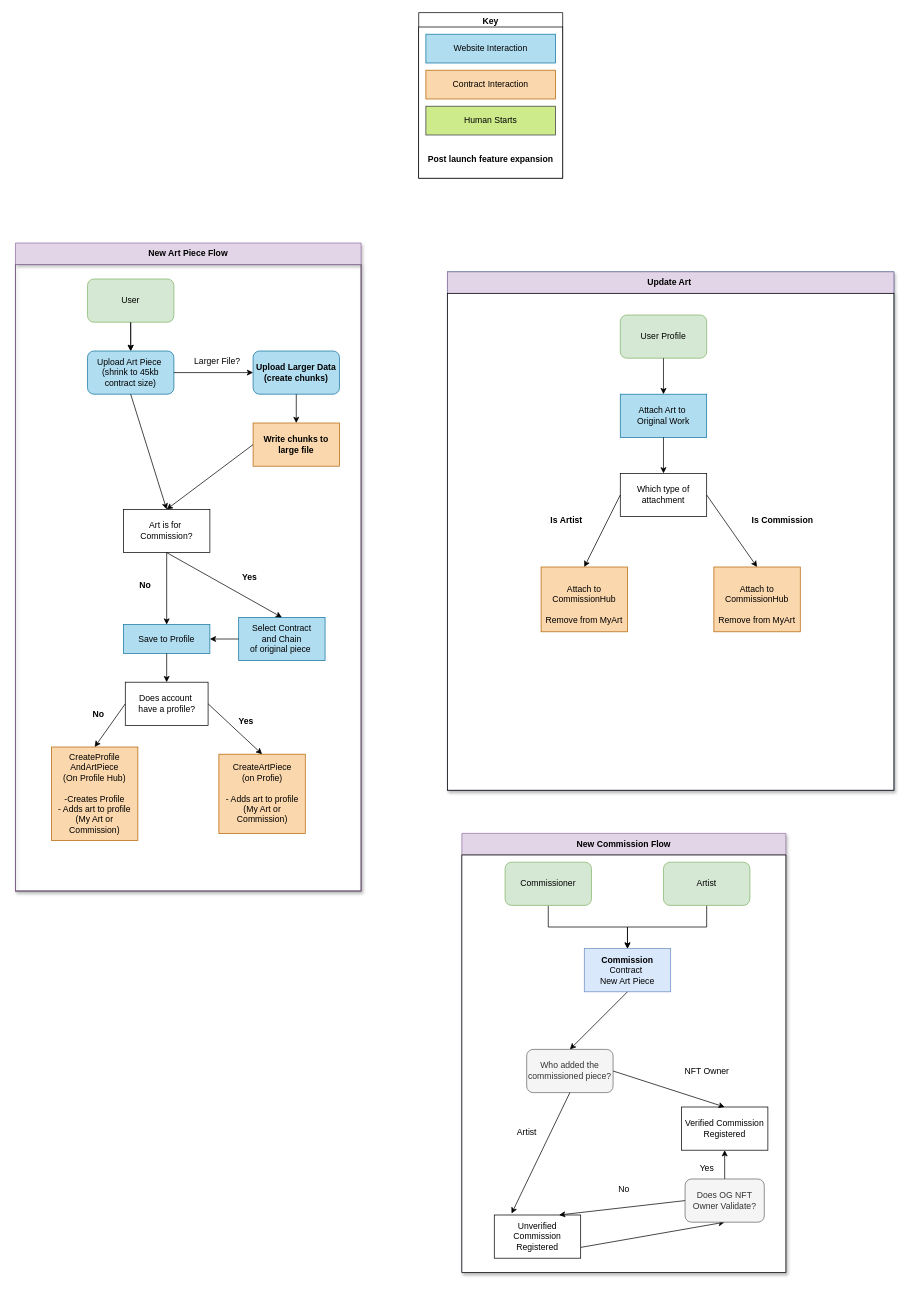
The draw.io diagram page "User Behavior Flows" (2 of 3) of documentation/Commission Art.drawio in andrewtheiss/CommissionArt, before the edit. Source tidied: cells renumbered, new cells numbered last; positions are measured from the earlier drawing's top-left corner, leaving out a move shared by most shapes. Both pictures are drawn from the tidied source at 72%, with x=0, y=0 at pixel (15, 12).
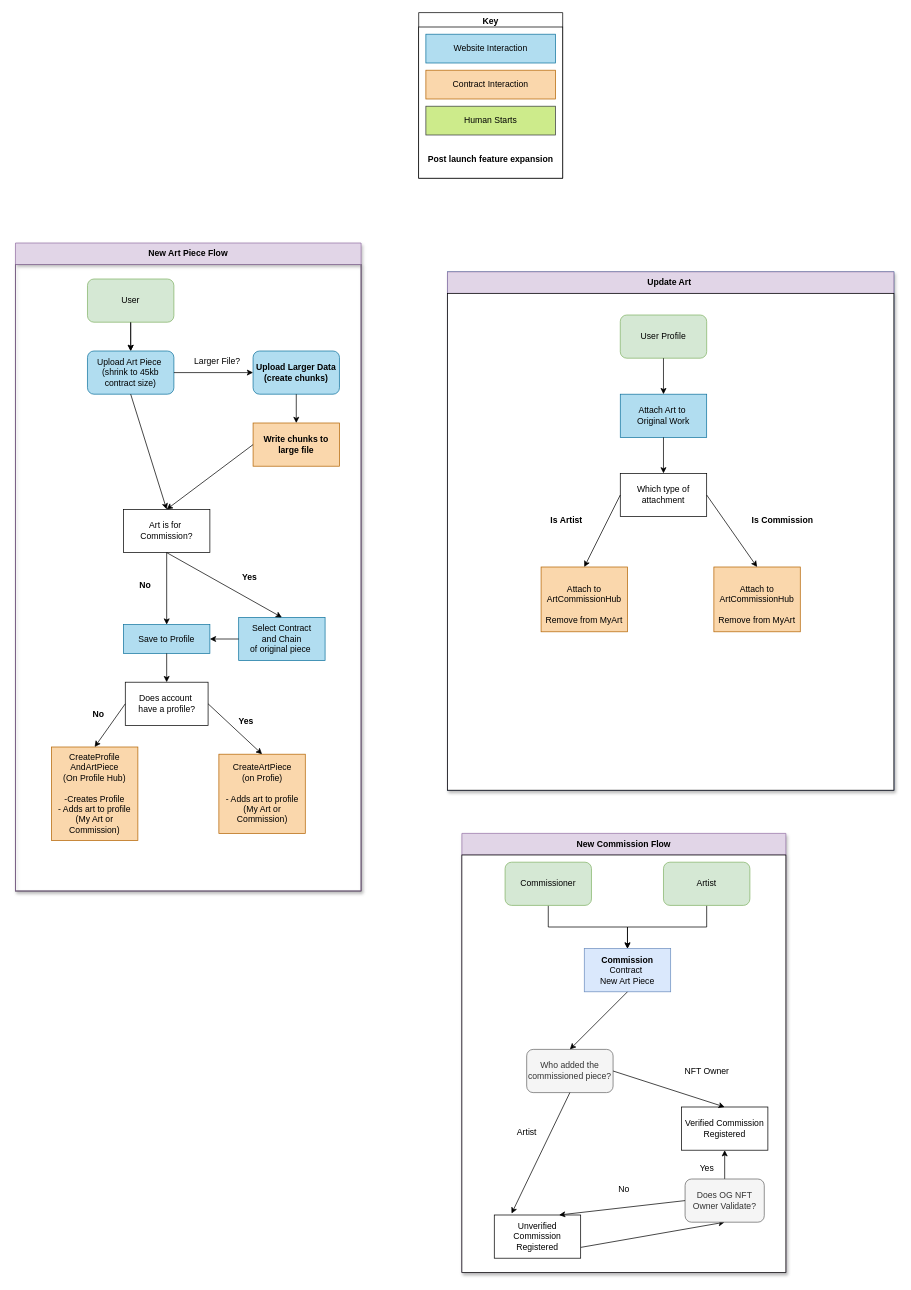
Above is the later version.

Unchanged cells that the change refers to:
```xml
<mxCell id="37" style="group;fillColor=#b1ddf0;strokeColor=#10739e;" parent="1" vertex="1">
  <mxGeometry x="600" y="360" width="620" height="720" as="geometry" />
</mxCell>
```

The edit, as a diff of the source:
```diff
@@
-    <mxCell id="44" value="&lt;div&gt;&lt;br&gt;&lt;/div&gt;Attach to CommissionHub&lt;br&gt;&lt;br&gt;Remove from MyArt" style="rounded=0;whiteSpace=wrap;html=1;fillColor=#fad7ac;strokeColor=#b46504;" parent="37" vertex="1">
+    <mxCell id="44" value="&lt;div&gt;&lt;br&gt;&lt;/div&gt;Attach to ArtCommissionHub&lt;br&gt;&lt;br&gt;Remove from MyArt" style="rounded=0;whiteSpace=wrap;html=1;fillColor=#fad7ac;strokeColor=#b46504;" parent="37" vertex="1">
       <mxGeometry x="130" y="410" width="120" height="90" as="geometry" />
     </mxCell>
-    <mxCell id="45" value="&lt;div&gt;&lt;br&gt;&lt;/div&gt;Attach to CommissionHub&lt;br&gt;&lt;br&gt;Remove from MyArt" style="rounded=0;whiteSpace=wrap;html=1;fillColor=#fad7ac;strokeColor=#b46504;" parent="37" vertex="1">
+    <mxCell id="45" value="&lt;div&gt;&lt;br&gt;&lt;/div&gt;Attach to ArtCommissionHub&lt;br&gt;&lt;br&gt;Remove from MyArt" style="rounded=0;whiteSpace=wrap;html=1;fillColor=#fad7ac;strokeColor=#b46504;" parent="37" vertex="1">
       <mxGeometry x="370" y="410" width="120" height="90" as="geometry" />
     </mxCell>
```
